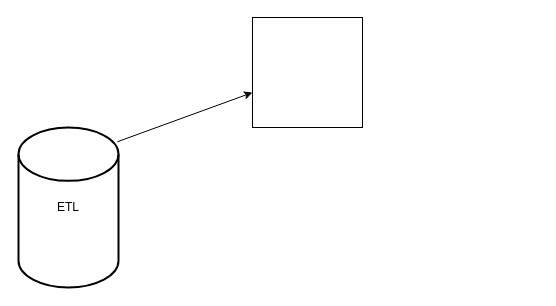
Before: Untitled Diagram.drawio in jiangyuanyuan1/invention, a draw.io diagram. Source tidied: cells renumbered, new cells numbered last; positions are measured from the earlier drawing's top-left corner, leaving out a move shared by most shapes. Both pictures are drawn from the tidied source at 100%, with x=0, y=0 at pixel (18, 17).
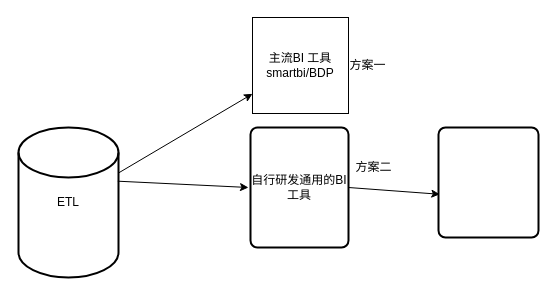
After the change.

What changed in the source:
```diff
@@
 <mxGraphModel>
   <root>
     <mxCell id="0" />
     <mxCell id="1" parent="0" />
     <mxCell id="2" value="ETL" style="strokeWidth=2;html=1;shape=mxgraph.flowchart.database;whiteSpace=wrap;" parent="1" vertex="1">
-      <mxGeometry y="110" width="100" height="160" as="geometry" />
+      <mxGeometry y="110" width="100" height="150" as="geometry" />
     </mxCell>
-    <mxCell id="3" style="endArrow=classic;html=1;exitX=0.989;exitY=0.089;exitDx=0;exitDy=0;exitPerimeter=0;" parent="1" edge="1" source="2" target="4">
+    <mxCell id="3" style="endArrow=classic;html=1;" parent="1" edge="1" source="2" target="4">
       <mxGeometry relative="1" as="geometry" />
     </mxCell>
-    <mxCell id="4" style="whiteSpace=wrap;html=1;" parent="1" vertex="1">
-      <mxGeometry x="234" width="110" height="110" as="geometry" />
+    <mxCell id="4" value="主流BI 工具&lt;br&gt;smartbi/BDP" style="whiteSpace=wrap;html=1;" parent="1" vertex="1">
+      <mxGeometry x="234" width="96" height="96" as="geometry" />
     </mxCell>
+    <mxCell id="5" value="自行研发通用的BI工具" style="rounded=1;whiteSpace=wrap;html=1;absoluteArcSize=1;arcSize=14;strokeWidth=2;" parent="1" vertex="1">
+      <mxGeometry x="232" y="110" width="98" height="120" as="geometry" />
+    </mxCell>
+    <mxCell id="6" style="rounded=1;whiteSpace=wrap;html=1;absoluteArcSize=1;arcSize=14;strokeWidth=2;" parent="1" vertex="1">
+      <mxGeometry x="420" y="110" width="100" height="110" as="geometry" />
+    </mxCell>
+    <mxCell id="7" style="endArrow=classic;html=1;exitX=0.993;exitY=0.358;exitDx=0;exitDy=0;exitPerimeter=0;" parent="1" edge="1" source="2">
+      <mxGeometry relative="1" as="geometry">
+        <mxPoint x="230" y="170" as="targetPoint" />
+      </mxGeometry>
+    </mxCell>
+    <mxCell id="8" style="endArrow=classic;html=1;exitX=1;exitY=0.5;exitDx=0;exitDy=0;entryX=0.013;entryY=0.607;entryDx=0;entryDy=0;entryPerimeter=0;" parent="1" edge="1" source="5" target="6">
+      <mxGeometry relative="1" as="geometry" />
+    </mxCell>
+    <mxCell id="9" style="edgeStyle=orthogonalEdgeStyle;rounded=0;orthogonalLoop=1;jettySize=auto;html=1;exitX=0.5;exitY=1;exitDx=0;exitDy=0;exitPerimeter=0;" parent="1" edge="1" source="2" target="2">
+      <mxGeometry relative="1" as="geometry" />
+    </mxCell>
+    <mxCell id="10" value="方案一" style="text;html=1;align=center;verticalAlign=middle;strokeColor=none;" parent="1" vertex="1">
+      <mxGeometry x="324" y="38" width="50" height="20" as="geometry" />
+    </mxCell>
+    <mxCell id="11" value="方案二" style="text;html=1;align=center;verticalAlign=middle;strokeColor=none;" parent="1" vertex="1">
+      <mxGeometry x="330" y="140" width="50" height="20" as="geometry" />
+    </mxCell>
   </root>
 </mxGraphModel>
```
